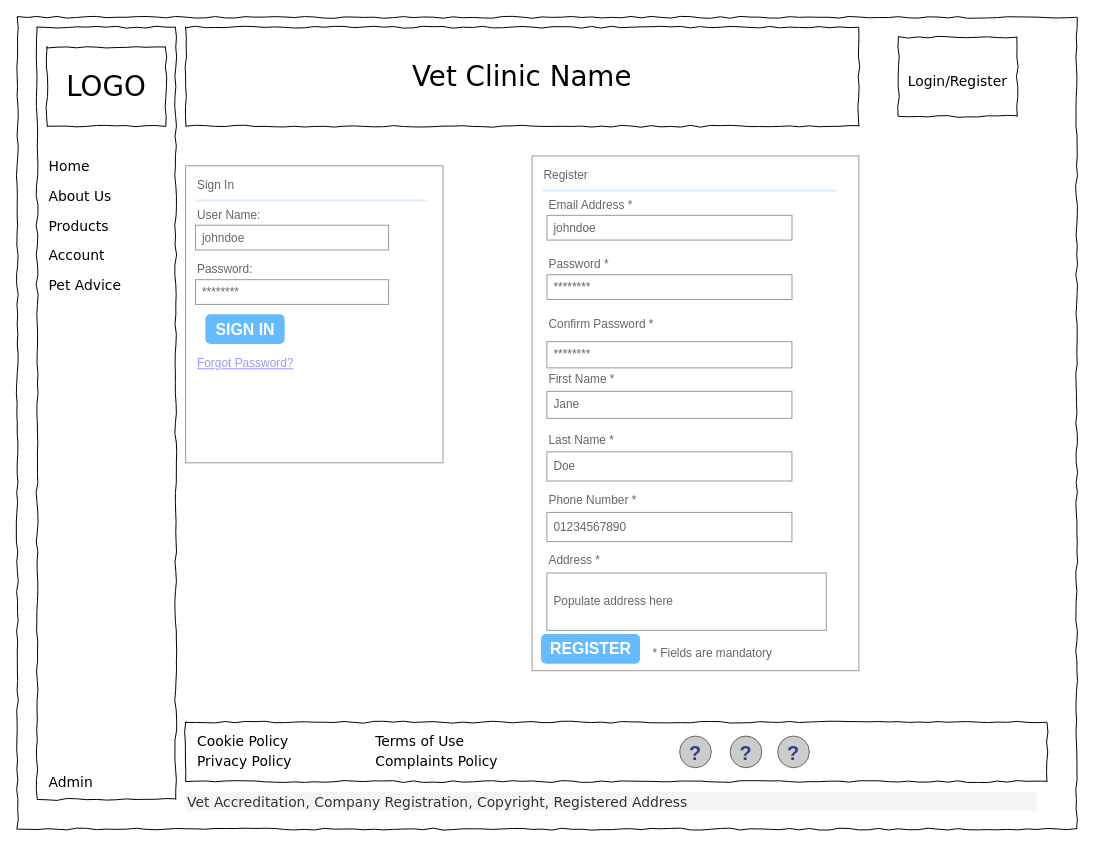
Before: Wireframes/wireframe-login.drawio in azzywazzy/sky-git-team2, a draw.io diagram. Source tidied: cells renumbered, new cells numbered last; positions are measured from the earlier drawing's top-left corner, leaving out a move shared by most shapes. Both pictures are drawn from the tidied source at 99%, with x=0, y=0 at pixel (17, 17).
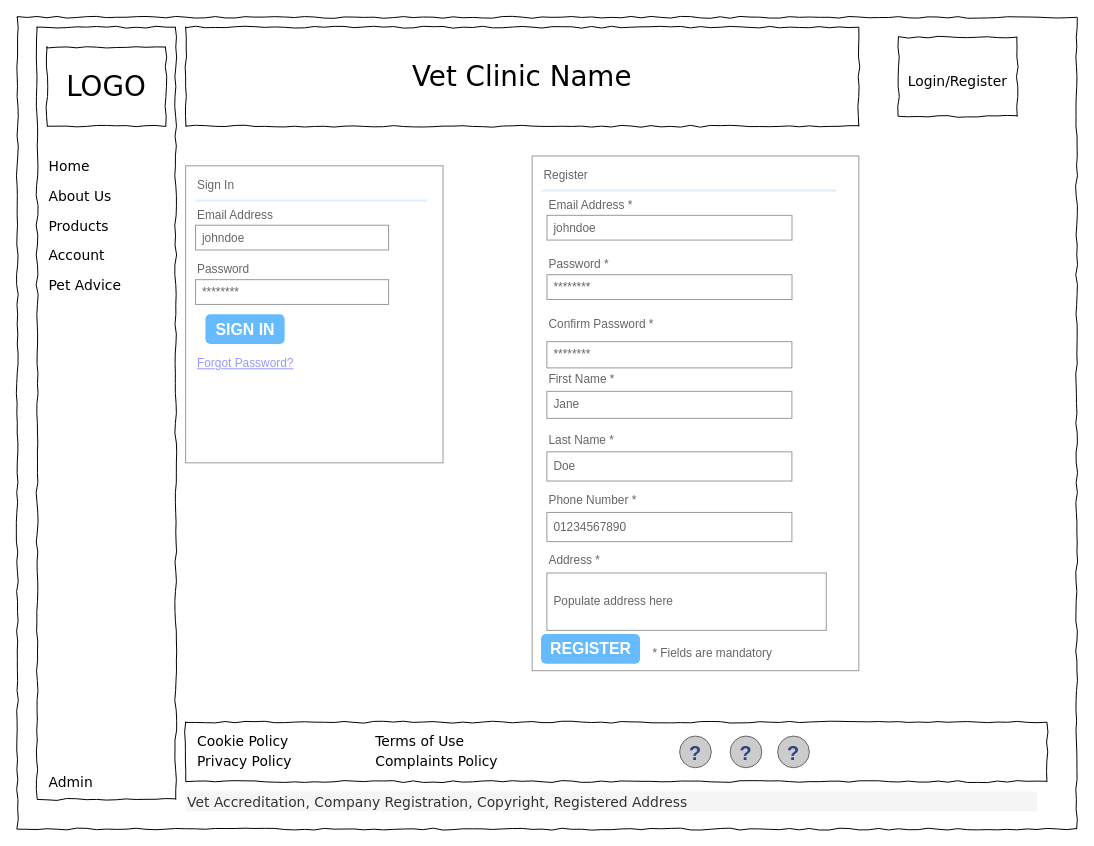
The same page after the edit.

Unchanged cells that the change refers to:
```xml
<mxCell id="22" style="strokeWidth=1;shadow=0;dashed=0;align=center;html=1;shape=mxgraph.mockup.forms.rrect;rSize=0;strokeColor=#999999;fillColor=#ffffff;" parent="1" vertex="1">
  <mxGeometry x="170" y="150" width="260" height="300" as="geometry" />
</mxCell>
```

The edit, as a diff of the source:
```diff
@@
-    <mxCell id="25" value="User Name:" style="strokeWidth=1;shadow=0;dashed=0;align=center;html=1;shape=mxgraph.mockup.forms.anchor;fontSize=12;fontColor=#666666;align=left;spacingLeft=0;" parent="22" vertex="1">
+    <mxCell id="25" value="Email Address" style="strokeWidth=1;shadow=0;dashed=0;align=center;html=1;shape=mxgraph.mockup.forms.anchor;fontSize=12;fontColor=#666666;align=left;spacingLeft=0;" parent="22" vertex="1">
       <mxGeometry width="130" height="20" relative="1" as="geometry">
         <mxPoint x="10" y="40" as="offset" />
       </mxGeometry>
     </mxCell>
@@
-    <mxCell id="27" value="Password:" style="strokeWidth=1;shadow=0;dashed=0;align=center;html=1;shape=mxgraph.mockup.forms.anchor;fontSize=12;fontColor=#666666;align=left;spacingLeft=0;" parent="22" vertex="1">
+    <mxCell id="27" value="Password" style="strokeWidth=1;shadow=0;dashed=0;align=center;html=1;shape=mxgraph.mockup.forms.anchor;fontSize=12;fontColor=#666666;align=left;spacingLeft=0;" parent="22" vertex="1">
       <mxGeometry width="130" height="20" relative="1" as="geometry">
         <mxPoint x="10" y="95" as="offset" />
       </mxGeometry>
     </mxCell>
```
